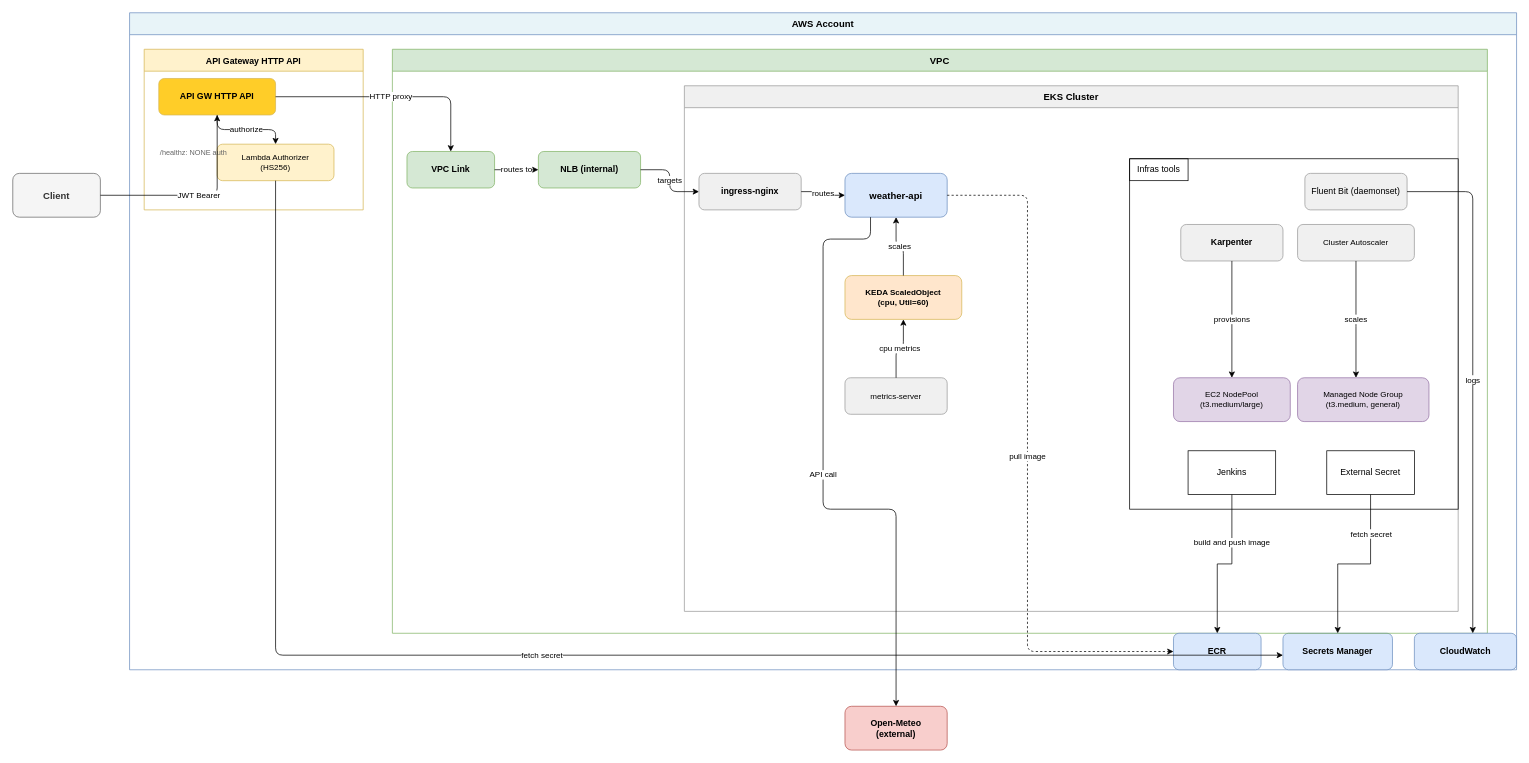
vanlongme/max-weather-platform keeps this draw.io diagram as docs/architecture.drawio. Above is the earlier version. Source tidied: cells renumbered, new cells numbered last; positions are measured from the earlier drawing's top-left corner, leaving out a move shared by most shapes. Both pictures are drawn from the tidied source at 73%, with x=0, y=0 at pixel (12, 12).
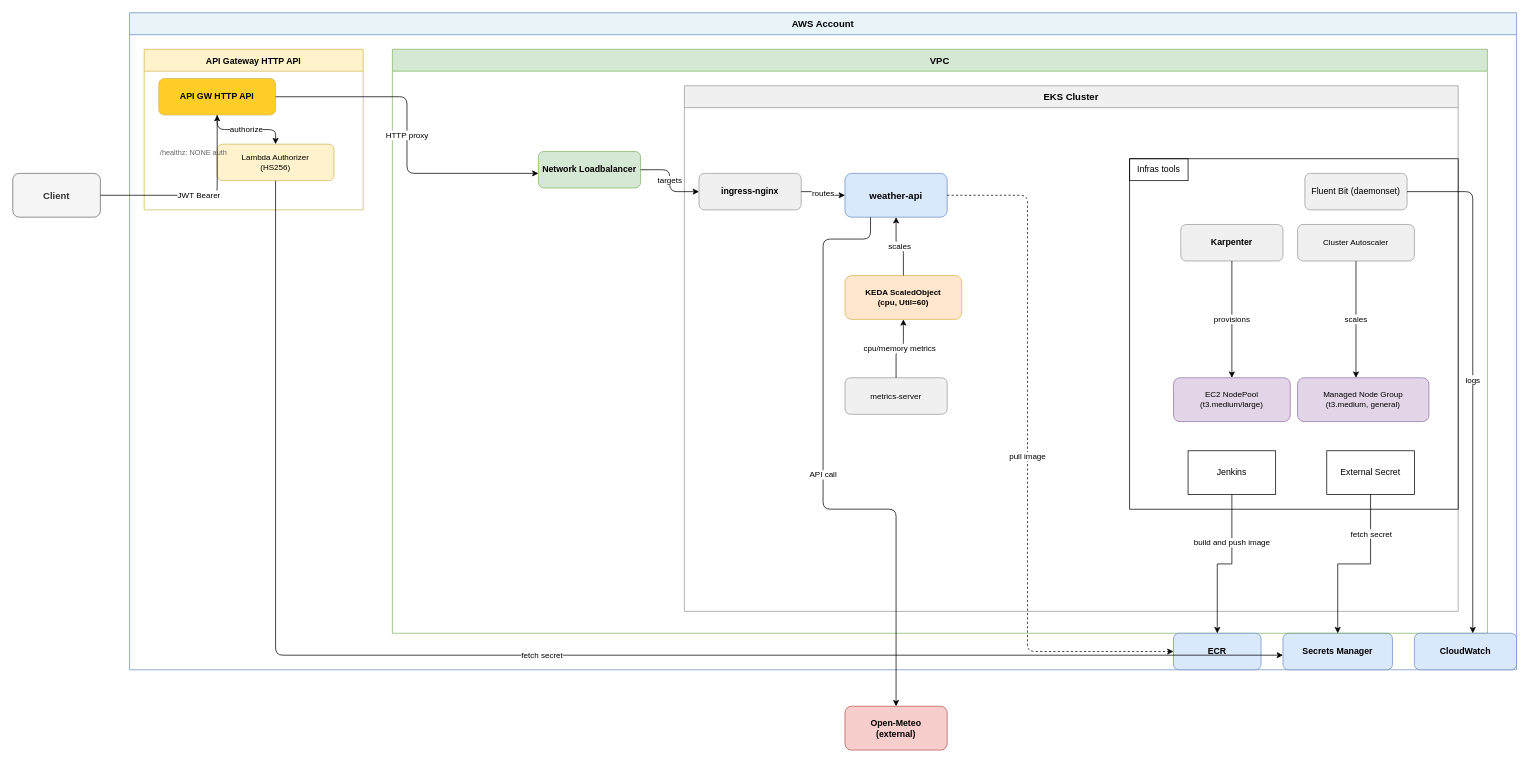
The same page after the edit.

Unchanged cells that the change refers to:
```xml
<mxCell id="3" value="AWS Account" style="swimlane;startSize=30;fillColor=#e8f4f8;strokeColor=#6c8ebf;fontStyle=1;fontSize=13;" parent="1" vertex="1">
  <mxGeometry x="160" width="1900" height="900" as="geometry" />
</mxCell>
<mxCell id="5" value="API GW HTTP API" style="rounded=1;whiteSpace=wrap;html=1;fillColor=#ffcd28;strokeColor=#d6b656;fontStyle=1;fontSize=12;" parent="4" vertex="1">
  <mxGeometry x="20" y="40" width="160" height="50" as="geometry" />
</mxCell>
<mxCell id="10" value="VPC" style="swimlane;startSize=30;fillColor=#d5e8d4;strokeColor=#82b366;fontStyle=1;fontSize=13;" parent="3" vertex="1">
  <mxGeometry x="360" y="50" width="1500" height="800" as="geometry" />
</mxCell>
<mxCell id="13" value="EKS Cluster" style="swimlane;startSize=30;fillColor=#f0f0f0;strokeColor=#999999;fontStyle=1;fontSize=13;" parent="10" vertex="1">
  <mxGeometry x="400" y="50" width="1060" height="720" as="geometry" />
</mxCell>
<mxCell id="17" value="KEDA ScaledObject&#10;(cpu, Util=60)" style="rounded=1;whiteSpace=wrap;html=1;fillColor=#ffe6cc;strokeColor=#d6b656;fontStyle=1;fontSize=11;" parent="13" vertex="1">
  <mxGeometry x="220" y="260" width="160" height="60" as="geometry" />
</mxCell>
<mxCell id="18" value="metrics-server" style="rounded=1;whiteSpace=wrap;html=1;fillColor=#f0f0f0;strokeColor=#999999;fontSize=11;" parent="13" vertex="1">
  <mxGeometry x="220" y="400" width="140" height="50" as="geometry" />
</mxCell>
```

Diff of the diagram source:
```diff
@@
-    <mxCell id="11" value="VPC Link" style="rounded=1;whiteSpace=wrap;html=1;fillColor=#d5e8d4;strokeColor=#82b366;fontStyle=1;fontSize=12;" parent="10" vertex="1">
-      <mxGeometry x="20" y="140" width="120" height="50" as="geometry" />
-    </mxCell>
-    <mxCell id="12" value="NLB (internal)" style="rounded=1;whiteSpace=wrap;html=1;fillColor=#d5e8d4;strokeColor=#82b366;fontStyle=1;fontSize=12;" parent="10" vertex="1">
+    <mxCell id="12" value="Network Loadbalancer" style="rounded=1;whiteSpace=wrap;html=1;fillColor=#d5e8d4;strokeColor=#82b366;fontStyle=1;fontSize=12;" parent="10" vertex="1">
       <mxGeometry x="200" y="140" width="140" height="50" as="geometry" />
     </mxCell>
@@
-    <mxCell id="25" value="cpu metrics" style="edgeStyle=orthogonalEdgeStyle;html=1;" parent="13" edge="1" source="18" target="17">
+    <mxCell id="25" value="cpu/memory metrics" style="edgeStyle=orthogonalEdgeStyle;html=1;" parent="13" edge="1" source="18" target="17">
       <mxGeometry relative="1" as="geometry" />
     </mxCell>
@@
-    <mxCell id="32" value="routes to" style="edgeStyle=orthogonalEdgeStyle;html=1;" parent="10" edge="1" source="11" target="12">
-      <mxGeometry relative="1" as="geometry" />
-    </mxCell>
@@
-    <mxCell id="36" value="HTTP proxy" style="edgeStyle=orthogonalEdgeStyle;html=1;" parent="3" edge="1" source="5" target="11">
+    <mxCell id="36" value="HTTP proxy" style="edgeStyle=orthogonalEdgeStyle;html=1;entryX=0;entryY=0.6;entryDx=0;entryDy=0;entryPerimeter=0;" parent="3" edge="1" source="5" target="12">
       <mxGeometry relative="1" as="geometry" />
     </mxCell>
```
